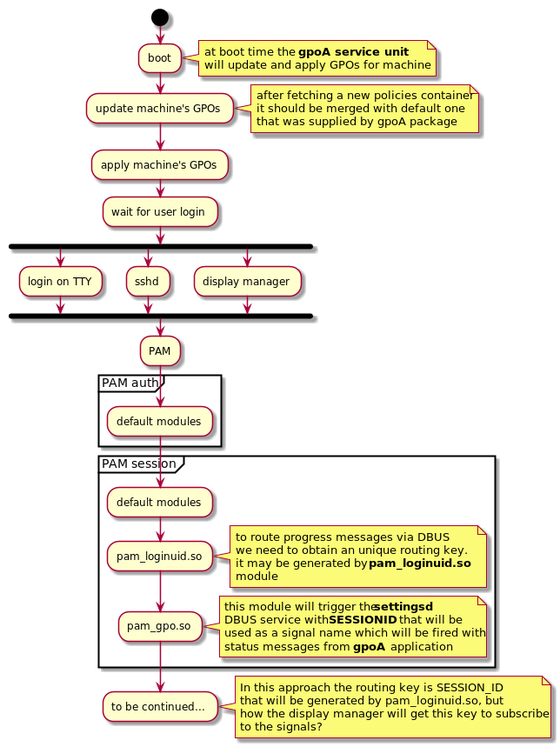
The PlantUML diagram docs/fmod_gpo.activity.png in omgbebebe/settingsd, before a commit.
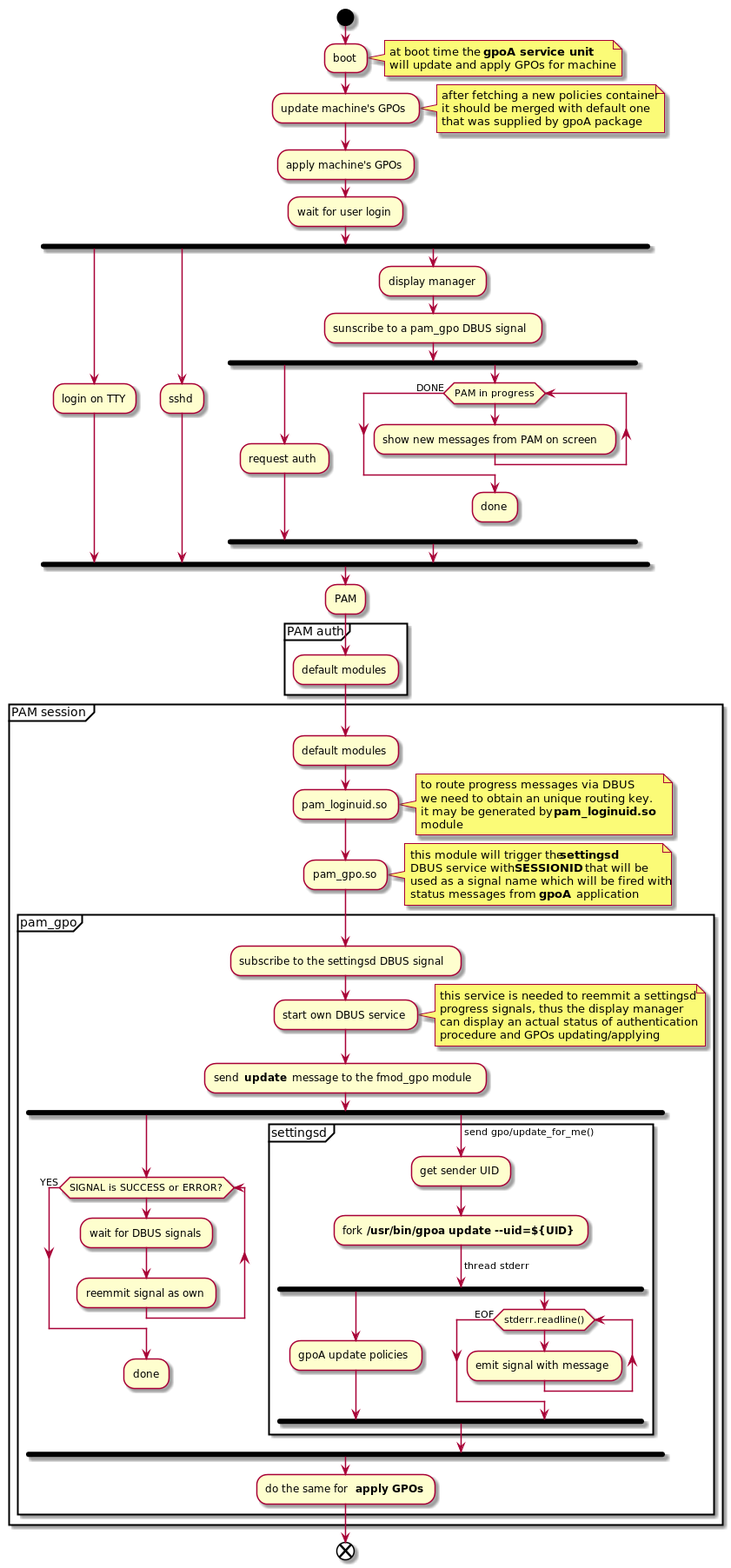
After the change.

Commit message:
update the pam_gpo diagram

The edit, as a diff of the source:
```diff
@@ -25,6 +25,16 @@
 :sshd;
 fork again
 :display manager;
+:sunscribe to a pam_gpo DBUS signal;
+fork
+:request auth;
+fork again
+while (PAM in progress)
+:show new messages from PAM on screen;
+endwhile (DONE)
+:done;
+detach
+end fork
 end fork
 
 :PAM;
@@ -48,13 +58,43 @@
 used as a signal name which will be fired with
 status messages from <b>gpoA</b> application
 end note
+
+partition pam_gpo {
+:subscribe to the settingsd DBUS signal;
+:start own DBUS service;
+note right
+this service is needed to reemmit a settingsd
+progress signals, thus the display manager
+can display an actual status of authentication
+procedure and GPOs updating/applying
+end note
+
+:send <b>update</b> message to the fmod_gpo module;
+fork
+while (SIGNAL is SUCCESS or ERROR?)
+:wait for DBUS signals;
+:reemmit signal as own;
+endwhile (YES)
+:done;
+detach
+fork again
+-> send gpo/update_for_me();
+partition settingsd {
+:get sender UID;
+:fork <b>/usr/bin/gpoa update --uid=${UID}</b>;
+-> thread stderr;
+fork
+:gpoA update policies;
+fork again
+while (stderr.readline())
+:emit signal with message;
+endwhile (EOF)
+end fork
+}
+end fork
+:do the same for <b>apply GPOs</b>;
+}
 }
 
-:to be continued...;
-note right
-In this approach the routing key is SESSION_ID
-that will be generated by pam_loginuid.so, but
-how the display manager will get this key to subscribe
-to the signals?
-end note
+end
 @enduml
```
